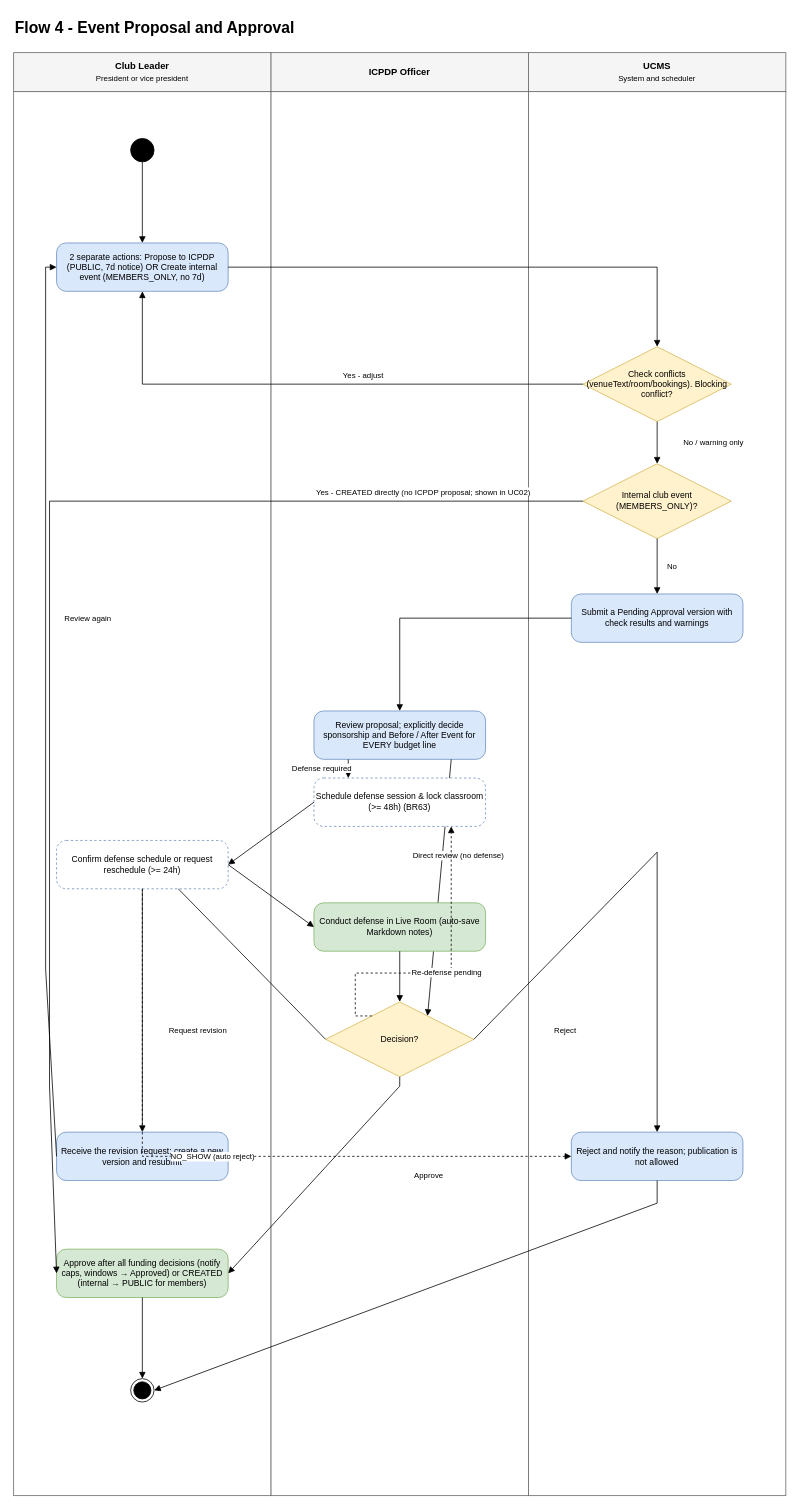
Before: page "04 Event Proposal" (4 of 14) of docs/03-diagrams/UCMS_Swimlane_Flows.drawio in nvdekay/ClubManagementSystem, a draw.io diagram. Source tidied: cells renumbered, new cells numbered last; positions are measured from the earlier drawing's top-left corner, leaving out a move shared by most shapes. Both pictures are drawn from the tidied source at 78%, with x=0, y=0 at pixel (13, 13).
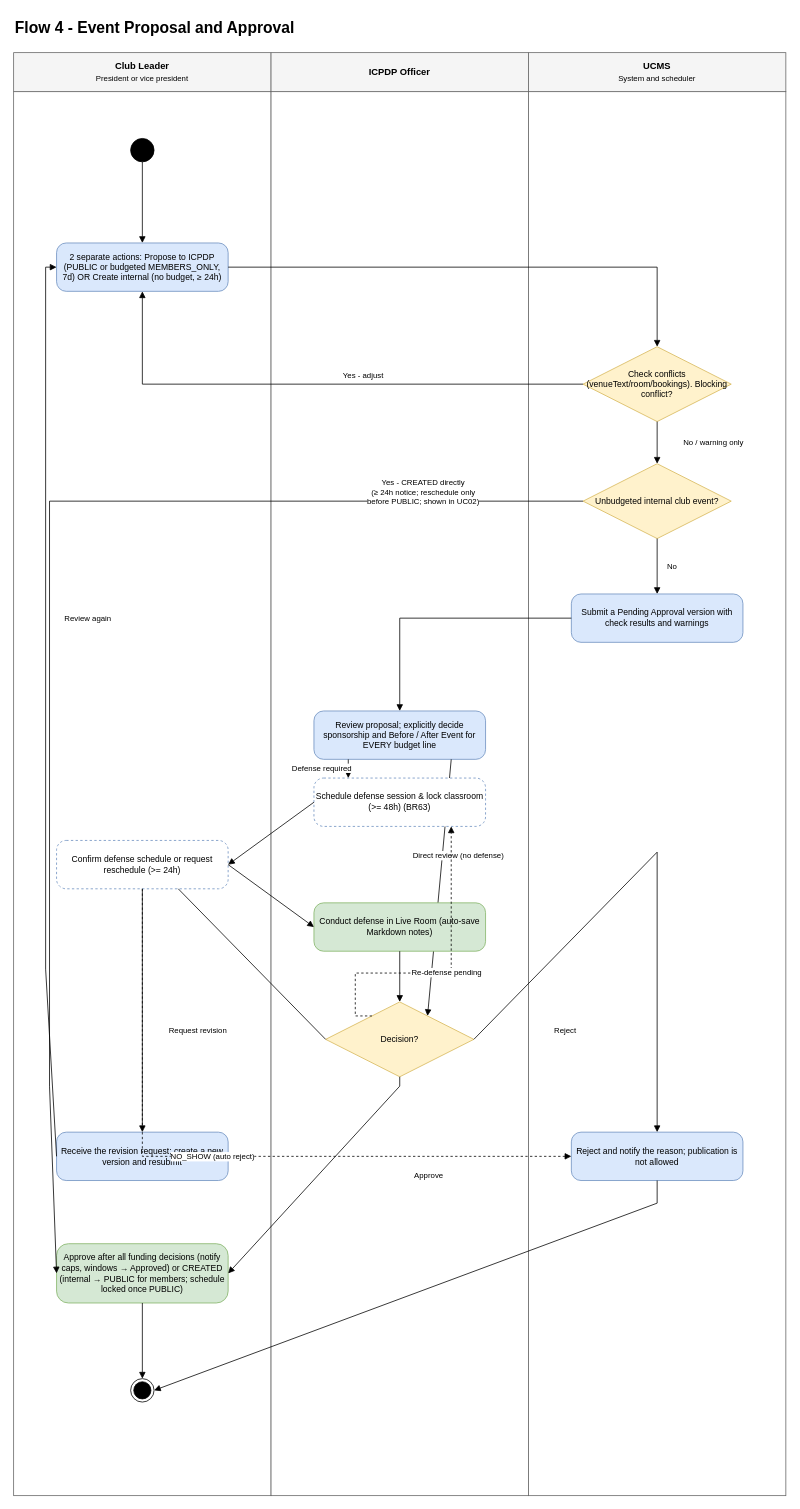
After the change.

The edit, as a diff of the source:
```diff
@@
-    <mxCell id="10" value="2 separate actions: Propose to ICPDP (PUBLIC, 7d notice) OR Create internal event (MEMBERS_ONLY, no 7d)" style="rounded=1;arcSize=20;whiteSpace=wrap;html=1;fillColor=#dae8fc;strokeColor=#6c8ebf;fontSize=11;" parent="1" vertex="1">
+    <mxCell id="10" value="2 separate actions: Propose to ICPDP (PUBLIC or budgeted MEMBERS_ONLY, 7d) OR Create internal (no budget, ≥ 24h)" style="rounded=1;arcSize=20;whiteSpace=wrap;html=1;fillColor=#dae8fc;strokeColor=#6c8ebf;fontSize=11;" parent="1" vertex="1">
       <mxGeometry x="55" y="294" width="220" height="62" as="geometry" />
     </mxCell>
@@
-    <mxCell id="12" value="Internal club event (MEMBERS_ONLY)?" style="rhombus;whiteSpace=wrap;html=1;fillColor=#fff2cc;strokeColor=#d6b656;fontSize=11;" parent="1" vertex="1">
+    <mxCell id="12" value="Unbudgeted internal club event?" style="rhombus;whiteSpace=wrap;html=1;fillColor=#fff2cc;strokeColor=#d6b656;fontSize=11;" parent="1" vertex="1">
       <mxGeometry x="730" y="577" width="190" height="96" as="geometry" />
     </mxCell>
@@
-    <mxCell id="18" value="Approve after all funding decisions (notify caps, windows → Approved) or CREATED (internal → PUBLIC for members)" style="rounded=1;arcSize=20;whiteSpace=wrap;html=1;fillColor=#d5e8d4;strokeColor=#82b366;fontSize=11;" parent="1" vertex="1">
-      <mxGeometry x="55" y="1584" width="220" height="62" as="geometry" />
+    <mxCell id="18" value="Approve after all funding decisions (notify caps, windows → Approved) or CREATED (internal → PUBLIC for members; schedule locked once PUBLIC)" style="rounded=1;arcSize=20;whiteSpace=wrap;html=1;fillColor=#d5e8d4;strokeColor=#82b366;fontSize=11;" parent="1" vertex="1">
+      <mxGeometry x="55" y="1577" width="220" height="76" as="geometry" />
     </mxCell>
@@
-    <mxCell id="37" value="Yes - CREATED directly (no ICPDP proposal; shown in UC02)" style="text;html=1;fontSize=10;align=center;verticalAlign=middle;labelBackgroundColor=#ffffff;" parent="1" vertex="1">
-      <mxGeometry x="438" y="604" width="173" height="18" as="geometry" />
+    <mxCell id="37" value="Yes - CREATED directly&lt;br&gt;(≥ 24h notice; reschedule only&lt;br&gt;before PUBLIC; shown in UC02)" style="text;html=1;fontSize=10;align=center;verticalAlign=middle;labelBackgroundColor=#ffffff;" parent="1" vertex="1">
+      <mxGeometry x="438" y="592" width="173" height="42" as="geometry" />
     </mxCell>
```
